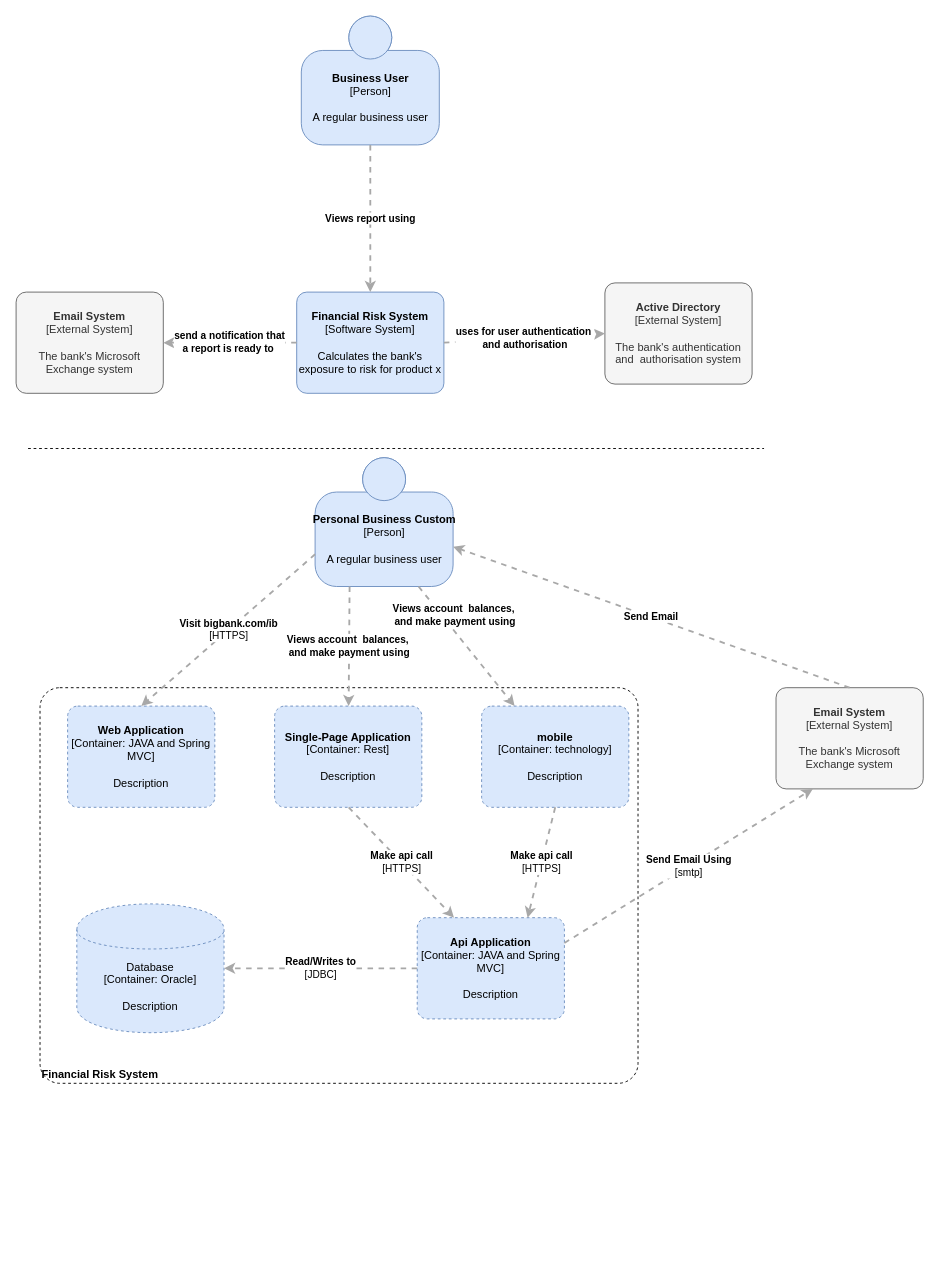
Before: seewo/drawio/设备协议统一.drawio in yzzh9/yzzh9, a draw.io diagram. Source tidied: cells renumbered, new cells numbered last; positions are measured from the earlier drawing's top-left corner, leaving out a move shared by most shapes. Both pictures are drawn from the tidied source at 92%, with x=0, y=0 at pixel (16, 16).
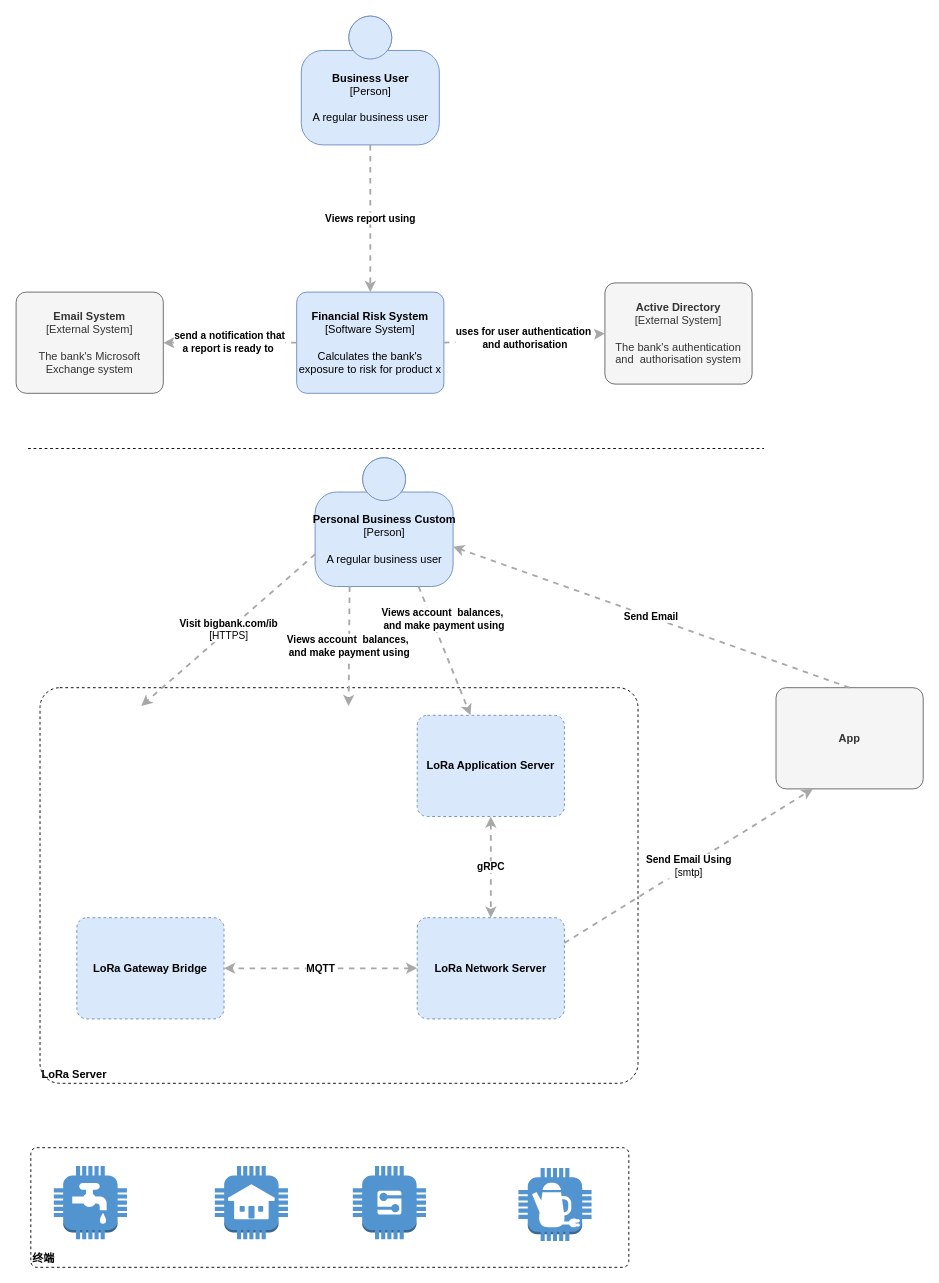
The same page after the edit.

Commit message (it also covers changes not shown here):
更新设备协议统一.drawio

The change refers to these unchanged cells:
```xml
<mxCell id="10" value="&lt;b&gt;Personal Business Custom&lt;/b&gt;&lt;br&gt;&lt;div&gt;[Person]&lt;/div&gt;&lt;br&gt;&lt;div&gt;A regular business user&lt;/div&gt;" style="html=1;dashed=0;whitespace=wrap;fillColor=#DAE8FC;strokeColor=#6C8EBF;shape=mxgraph.c4.person;align=center;points=[[0.5,0,0],[1,0.5,0],[1,0.75,0],[0.75,1,0],[0.5,1,0],[0.25,1,0],[0,0.75,0],[0,0.5,0]];" parent="1" vertex="1">
  <mxGeometry x="325" y="480" width="150" height="140" as="geometry" />
</mxCell>
```

Change to the diagram source:
```diff
@@
-    <mxCell id="11" value="&lt;div style=&quot;text-align: left&quot;&gt;&lt;b style=&quot;text-align: center&quot;&gt;Financial Risk System&lt;/b&gt;&lt;br&gt;&lt;/div&gt;" style="rounded=1;whiteSpace=wrap;html=1;labelBackgroundColor=none;fillColor=#ffffff;fontColor=#000000;align=left;arcSize=5;strokeColor=#000000;verticalAlign=bottom;dashed=1;" parent="1" vertex="1">
+    <mxCell id="11" value="&lt;div style=&quot;text-align: left&quot;&gt;&lt;b style=&quot;text-align: center&quot;&gt;LoRa Server&lt;/b&gt;&lt;br&gt;&lt;/div&gt;" style="rounded=1;whiteSpace=wrap;html=1;labelBackgroundColor=none;fillColor=#ffffff;fontColor=#000000;align=left;arcSize=5;strokeColor=#000000;verticalAlign=bottom;dashed=1;" parent="1" vertex="1">
       <mxGeometry x="26" y="730" width="650" height="430" as="geometry" />
     </mxCell>
-    <mxCell id="12" value="&lt;div style=&quot;text-align: left&quot;&gt;&lt;div style=&quot;text-align: center&quot;&gt;&lt;b&gt;Views account&amp;nbsp; balances,&amp;nbsp;&lt;/b&gt;&lt;/div&gt;&lt;div style=&quot;text-align: center&quot;&gt;&lt;b&gt;and make payment using&lt;/b&gt;&lt;/div&gt;&lt;/div&gt;" style="edgeStyle=none;rounded=0;html=1;jettySize=auto;strokeColor=#A8A8A8;strokeWidth=2;fontColor=#000000;jumpStyle=none;dashed=1;exitX=0.25;exitY=1;exitDx=0;exitDy=0;exitPerimeter=0;" parent="1" edge="1" source="10" target="14">
-      <mxGeometry relative="1" as="geometry" />
+    <mxCell id="12" value="&lt;div style=&quot;text-align: left&quot;&gt;&lt;div style=&quot;text-align: center&quot;&gt;&lt;b&gt;Views account&amp;nbsp; balances,&amp;nbsp;&lt;/b&gt;&lt;/div&gt;&lt;div style=&quot;text-align: center&quot;&gt;&lt;b&gt;and make payment using&lt;/b&gt;&lt;/div&gt;&lt;/div&gt;" style="edgeStyle=none;rounded=0;html=1;jettySize=auto;strokeColor=#A8A8A8;strokeWidth=2;fontColor=#000000;jumpStyle=none;dashed=1;exitX=0.25;exitY=1;exitDx=0;exitDy=0;exitPerimeter=0;" parent="1" edge="1" source="10">
+      <mxGeometry relative="1" as="geometry">
+        <mxPoint x="361.4" y="750" as="targetPoint" />
+      </mxGeometry>
     </mxCell>
-    <mxCell id="13" value="&lt;b&gt;Web Application&lt;/b&gt;&lt;br&gt;&lt;div&gt;[Container:&amp;nbsp;&lt;span&gt;JAVA and Spring MVC&lt;/span&gt;&lt;span&gt;]&lt;/span&gt;&lt;/div&gt;&lt;br&gt;&lt;div&gt;Description&lt;/div&gt;" style="rounded=1;whiteSpace=wrap;html=1;labelBackgroundColor=none;fillColor=#dae8fc;fontColor=#000000;align=center;arcSize=10;strokeColor=#6c8ebf;points=[[0.25,0,0],[0.5,0,0],[0.75,0,0],[1,0.25,0],[1,0.5,0],[1,0.75,0],[0.75,1,0],[0.5,1,0],[0.25,1,0],[0,0.75,0],[0,0.5,0],[0,0.25,0]];dashed=1;" parent="1" vertex="1">
-      <mxGeometry x="56" y="750" width="160" height="110" as="geometry" />
-    </mxCell>
-    <mxCell id="14" value="&lt;b&gt;Single-Page Application&lt;/b&gt;&lt;br&gt;&lt;div&gt;[Container: Rest&lt;span&gt;]&lt;/span&gt;&lt;/div&gt;&lt;br&gt;&lt;div&gt;Description&lt;/div&gt;" style="rounded=1;whiteSpace=wrap;html=1;labelBackgroundColor=none;fillColor=#dae8fc;fontColor=#000000;align=center;arcSize=10;strokeColor=#6c8ebf;points=[[0.25,0,0],[0.5,0,0],[0.75,0,0],[1,0.25,0],[1,0.5,0],[1,0.75,0],[0.75,1,0],[0.5,1,0],[0.25,1,0],[0,0.75,0],[0,0.5,0],[0,0.25,0]];dashed=1;" parent="1" vertex="1">
-      <mxGeometry x="281" y="750" width="160" height="110" as="geometry" />
-    </mxCell>
-    <mxCell id="15" value="&lt;b&gt;mobile&lt;/b&gt;&lt;br&gt;&lt;div&gt;[Container:&amp;nbsp;&lt;span&gt;technology&lt;/span&gt;&lt;span&gt;]&lt;/span&gt;&lt;/div&gt;&lt;br&gt;&lt;div&gt;Description&lt;/div&gt;" style="rounded=1;whiteSpace=wrap;html=1;labelBackgroundColor=none;fillColor=#dae8fc;fontColor=#000000;align=center;arcSize=10;strokeColor=#6c8ebf;points=[[0.25,0,0],[0.5,0,0],[0.75,0,0],[1,0.25,0],[1,0.5,0],[1,0.75,0],[0.75,1,0],[0.5,1,0],[0.25,1,0],[0,0.75,0],[0,0.5,0],[0,0.25,0]];dashed=1;" parent="1" vertex="1">
-      <mxGeometry x="506" y="750" width="160" height="110" as="geometry" />
+    <mxCell id="15" value="&lt;b&gt;LoRa Application Server&lt;/b&gt;" style="rounded=1;whiteSpace=wrap;html=1;labelBackgroundColor=none;fillColor=#dae8fc;fontColor=#000000;align=center;arcSize=10;strokeColor=#6c8ebf;points=[[0.25,0,0],[0.5,0,0],[0.75,0,0],[1,0.25,0],[1,0.5,0],[1,0.75,0],[0.75,1,0],[0.5,1,0],[0.25,1,0],[0,0.75,0],[0,0.5,0],[0,0.25,0]];dashed=1;" parent="1" vertex="1">
+      <mxGeometry x="436" y="760" width="160" height="110" as="geometry" />
     </mxCell>
-    <mxCell id="16" value="&lt;b&gt;Api Application&lt;/b&gt;&lt;br&gt;&lt;div&gt;[Container:&amp;nbsp;&lt;span&gt;JAVA and Spring MVC&lt;/span&gt;&lt;span&gt;]&lt;/span&gt;&lt;/div&gt;&lt;br&gt;&lt;div&gt;Description&lt;/div&gt;" style="rounded=1;whiteSpace=wrap;html=1;labelBackgroundColor=none;fillColor=#dae8fc;fontColor=#000000;align=center;arcSize=10;strokeColor=#6c8ebf;points=[[0.25,0,0],[0.5,0,0],[0.75,0,0],[1,0.25,0],[1,0.5,0],[1,0.75,0],[0.75,1,0],[0.5,1,0],[0.25,1,0],[0,0.75,0],[0,0.5,0],[0,0.25,0]];dashed=1;" parent="1" vertex="1">
+    <mxCell id="16" value="&lt;b&gt;LoRa Network Server&lt;/b&gt;" style="rounded=1;whiteSpace=wrap;html=1;labelBackgroundColor=none;fillColor=#dae8fc;fontColor=#000000;align=center;arcSize=10;strokeColor=#6c8ebf;points=[[0.25,0,0],[0.5,0,0],[0.75,0,0],[1,0.25,0],[1,0.5,0],[1,0.75,0],[0.75,1,0],[0.5,1,0],[0.25,1,0],[0,0.75,0],[0,0.5,0],[0,0.25,0]];dashed=1;" parent="1" vertex="1">
       <mxGeometry x="436" y="980" width="160" height="110" as="geometry" />
     </mxCell>
-    <mxCell id="17" value="&lt;span&gt;Database&lt;/span&gt;&lt;div&gt;[Container: Oracle]&lt;/div&gt;&lt;br&gt;&lt;div&gt;Description&lt;/div&gt;" style="shape=cylinder;whiteSpace=wrap;html=1;boundedLbl=1;rounded=0;labelBackgroundColor=none;fillColor=#dae8fc;fontSize=12;fontColor=#000000;align=center;strokeColor=#6c8ebf;points=[[0.5,0,0],[1,0.25,0],[1,0.5,0],[1,0.75,0],[0.5,1,0],[0,0.75,0],[0,0.5,0],[0,0.25,0]];dashed=1;" parent="1" vertex="1">
-      <mxGeometry x="66" y="965" width="160" height="140" as="geometry" />
-    </mxCell>
-    <mxCell id="18" value="&lt;b&gt;Email System&lt;/b&gt;&lt;br&gt;&lt;div&gt;[External System]&lt;/div&gt;&lt;br&gt;&lt;div&gt;The bank's Microsoft Exchange system&lt;/div&gt;" style="rounded=1;whiteSpace=wrap;html=1;labelBackgroundColor=none;fillColor=#f5f5f5;fontColor=#333333;align=center;arcSize=10;strokeColor=#666666;points=[[0.25,0,0],[0.5,0,0],[0.75,0,0],[1,0.25,0],[1,0.5,0],[1,0.75,0],[0.75,1,0],[0.5,1,0],[0.25,1,0],[0,0.75,0],[0,0.5,0],[0,0.25,0]];" parent="1" vertex="1">
+    <mxCell id="18" value="&lt;b&gt;App&lt;/b&gt;" style="rounded=1;whiteSpace=wrap;html=1;labelBackgroundColor=none;fillColor=#f5f5f5;fontColor=#333333;align=center;arcSize=10;strokeColor=#666666;points=[[0.25,0,0],[0.5,0,0],[0.75,0,0],[1,0.25,0],[1,0.5,0],[1,0.75,0],[0.75,1,0],[0.5,1,0],[0.25,1,0],[0,0.75,0],[0,0.5,0],[0,0.25,0]];" parent="1" vertex="1">
       <mxGeometry x="826" y="730" width="160" height="110" as="geometry" />
     </mxCell>
-    <mxCell id="19" value="&lt;div style=&quot;text-align: left&quot;&gt;&lt;div style=&quot;text-align: center&quot;&gt;&lt;b&gt;Visit bigbank.com/ib&lt;/b&gt;&lt;/div&gt;&lt;div style=&quot;text-align: center&quot;&gt;[HTTPS]&lt;/div&gt;&lt;/div&gt;" style="edgeStyle=none;rounded=0;html=1;entryX=0.5;entryY=0;jettySize=auto;strokeColor=#A8A8A8;strokeWidth=2;fontColor=#000000;jumpStyle=none;dashed=1;exitX=0;exitY=0.75;exitDx=0;exitDy=0;exitPerimeter=0;entryDx=0;entryDy=0;entryPerimeter=0;" parent="1" edge="1" source="10" target="13">
-      <mxGeometry relative="1" as="geometry" />
+    <mxCell id="19" value="&lt;div style=&quot;text-align: left&quot;&gt;&lt;div style=&quot;text-align: center&quot;&gt;&lt;b&gt;Visit bigbank.com/ib&lt;/b&gt;&lt;/div&gt;&lt;div style=&quot;text-align: center&quot;&gt;[HTTPS]&lt;/div&gt;&lt;/div&gt;" style="edgeStyle=none;rounded=0;html=1;entryX=0.5;entryY=0;jettySize=auto;strokeColor=#A8A8A8;strokeWidth=2;fontColor=#000000;jumpStyle=none;dashed=1;exitX=0;exitY=0.75;exitDx=0;exitDy=0;exitPerimeter=0;entryDx=0;entryDy=0;entryPerimeter=0;" parent="1" edge="1" source="10">
+      <mxGeometry relative="1" as="geometry">
+        <mxPoint x="136" y="750" as="targetPoint" />
+      </mxGeometry>
     </mxCell>
@@
-    <mxCell id="22" value="&lt;div style=&quot;text-align: left&quot;&gt;&lt;div style=&quot;text-align: center&quot;&gt;&lt;b&gt;Make api call&lt;/b&gt;&lt;/div&gt;&lt;div style=&quot;text-align: center&quot;&gt;[HTTPS]&lt;b&gt;&lt;br&gt;&lt;/b&gt;&lt;/div&gt;&lt;/div&gt;" style="edgeStyle=none;rounded=0;html=1;jettySize=auto;strokeColor=#A8A8A8;strokeWidth=2;fontColor=#000000;jumpStyle=none;dashed=1;exitX=0.25;exitY=1;exitDx=0;exitDy=0;exitPerimeter=0;entryX=0.25;entryY=0;entryDx=0;entryDy=0;entryPerimeter=0;" parent="1" edge="1" target="16">
-      <mxGeometry relative="1" as="geometry">
-        <mxPoint x="361.5" y="860" as="sourcePoint" />
-      </mxGeometry>
-    </mxCell>
-    <mxCell id="23" value="&lt;div style=&quot;text-align: left&quot;&gt;&lt;div style=&quot;text-align: center&quot;&gt;&lt;b&gt;Make api call&lt;/b&gt;&lt;/div&gt;&lt;div style=&quot;text-align: center&quot;&gt;[HTTPS]&lt;b&gt;&lt;br&gt;&lt;/b&gt;&lt;/div&gt;&lt;/div&gt;" style="edgeStyle=none;rounded=0;html=1;jettySize=auto;strokeColor=#A8A8A8;strokeWidth=2;fontColor=#000000;jumpStyle=none;dashed=1;exitX=0.5;exitY=1;exitDx=0;exitDy=0;exitPerimeter=0;entryX=0.75;entryY=0;entryDx=0;entryDy=0;entryPerimeter=0;" parent="1" edge="1" source="15" target="16">
+    <mxCell id="23" value="&lt;div style=&quot;text-align: left&quot;&gt;&lt;div style=&quot;text-align: center&quot;&gt;&lt;b&gt;gRPC&lt;/b&gt;&lt;/div&gt;&lt;/div&gt;" style="edgeStyle=none;rounded=0;html=1;jettySize=auto;strokeColor=#A8A8A8;strokeWidth=2;fontColor=#000000;jumpStyle=none;dashed=1;exitX=0.5;exitY=1;exitDx=0;exitDy=0;exitPerimeter=0;startArrow=classic;startFill=1;" parent="1" edge="1" source="15" target="16">
       <mxGeometry relative="1" as="geometry" />
     </mxCell>
-    <mxCell id="24" value="&lt;div style=&quot;text-align: left&quot;&gt;&lt;div style=&quot;text-align: center&quot;&gt;&lt;b&gt;Read/Writes to&lt;/b&gt;&lt;/div&gt;&lt;div style=&quot;text-align: center&quot;&gt;[JDBC]&lt;/div&gt;&lt;/div&gt;" style="edgeStyle=none;rounded=0;html=1;jettySize=auto;strokeColor=#A8A8A8;strokeWidth=2;fontColor=#000000;jumpStyle=none;dashed=1;exitX=0;exitY=0.5;exitDx=0;exitDy=0;exitPerimeter=0;" parent="1" edge="1" source="16" target="17">
-      <mxGeometry relative="1" as="geometry" />
+    <mxCell id="24" value="&lt;div style=&quot;text-align: left&quot;&gt;&lt;div style=&quot;text-align: center&quot;&gt;&lt;b&gt;MQTT&lt;/b&gt;&lt;/div&gt;&lt;/div&gt;" style="edgeStyle=none;rounded=0;html=1;jettySize=auto;strokeColor=#A8A8A8;strokeWidth=2;fontColor=#000000;jumpStyle=none;dashed=1;exitX=0;exitY=0.5;exitDx=0;exitDy=0;exitPerimeter=0;startArrow=classic;startFill=1;" parent="1" edge="1" source="16">
+      <mxGeometry relative="1" as="geometry">
+        <mxPoint x="226" y="1035" as="targetPoint" />
+      </mxGeometry>
     </mxCell>
@@
+    <mxCell id="26" value="&lt;div style=&quot;text-align: left&quot;&gt;&lt;b style=&quot;text-align: center&quot;&gt;终端&lt;/b&gt;&lt;br&gt;&lt;/div&gt;" style="rounded=1;whiteSpace=wrap;html=1;labelBackgroundColor=none;fillColor=#ffffff;fontColor=#000000;align=left;arcSize=5;strokeColor=#000000;verticalAlign=bottom;dashed=1;" parent="1" vertex="1">
+      <mxGeometry x="16" y="1230" width="650" height="130" as="geometry" />
+    </mxCell>
+    <mxCell id="27" style="dashed=0;verticalLabelPosition=bottom;verticalAlign=top;align=center;html=1;shape=mxgraph.aws3.utility;fillColor=#5294CF;gradientColor=none;" parent="1" vertex="1">
+      <mxGeometry x="41" y="1250" width="79.5" height="79.5" as="geometry" />
+    </mxCell>
+    <mxCell id="28" style="dashed=0;verticalLabelPosition=bottom;verticalAlign=top;align=center;html=1;shape=mxgraph.aws3.house;fillColor=#5294CF;gradientColor=none;" parent="1" vertex="1">
+      <mxGeometry x="216" y="1250" width="79.5" height="79.5" as="geometry" />
+    </mxCell>
+    <mxCell id="29" style="dashed=0;verticalLabelPosition=bottom;verticalAlign=top;align=center;html=1;shape=mxgraph.aws3.generic;fillColor=#5294CF;gradientColor=none;" parent="1" vertex="1">
+      <mxGeometry x="366" y="1250" width="79.5" height="79.5" as="geometry" />
+    </mxCell>
+    <mxCell id="30" style="dashed=0;verticalLabelPosition=bottom;verticalAlign=top;align=center;html=1;shape=mxgraph.aws3.coffee_pot;fillColor=#5294CF;gradientColor=none;" parent="1" vertex="1">
+      <mxGeometry x="546" y="1252" width="79.5" height="79.5" as="geometry" />
+    </mxCell>
+    <mxCell id="31" value="&lt;b&gt;LoRa Gateway Bridge&lt;/b&gt;" style="rounded=1;whiteSpace=wrap;html=1;labelBackgroundColor=none;fillColor=#dae8fc;fontColor=#000000;align=center;arcSize=10;strokeColor=#6c8ebf;dashed=1;" parent="1" vertex="1">
+      <mxGeometry x="66" y="980" width="160" height="110" as="geometry" />
+    </mxCell>
```
